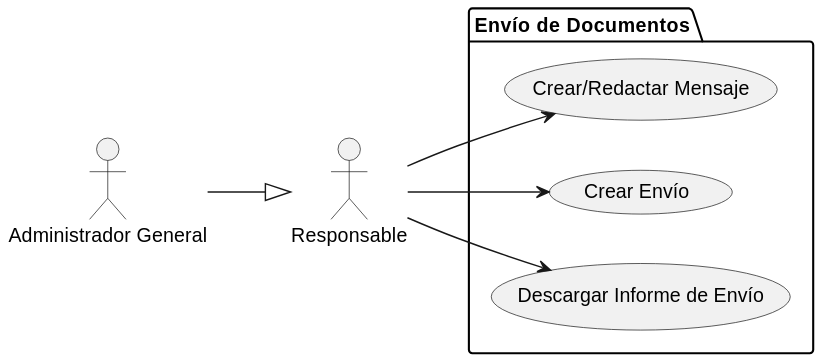
mmasias/24-25-IdSw1-SDR keeps this PlantUML diagram as docs/casosDeUso/diagramaCasosDeUso/envioDocumentos/envioDocumentos.svg. Above is the earlier version.
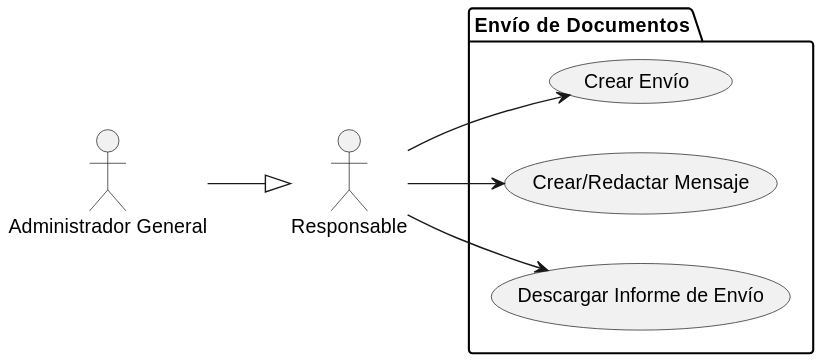
The same file after the commit.

Diff of the diagram source:
```diff
@@ -4,8 +4,8 @@
 actor "Administrador General" as AdminGeneral
 
 package "Envío de Documentos" {
-    usecase "Crear/Redactar Mensaje" as ED1
-    usecase "Crear Envío" as ED2
+    usecase "Crear Envío" as ED1
+    usecase "Crear/Redactar Mensaje" as ED2
     usecase "Descargar Informe de Envío" as ED3
 }
 
```
